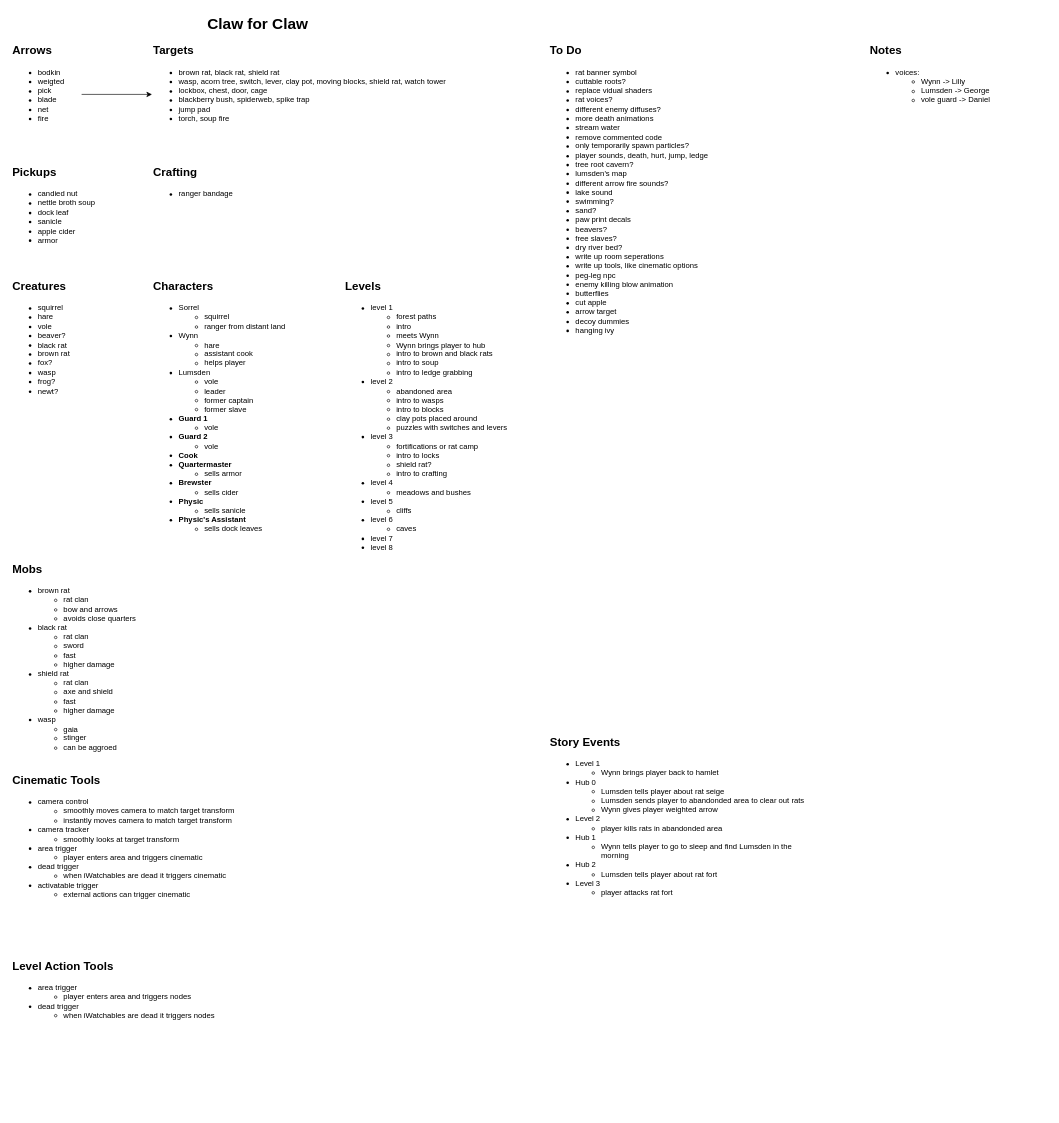
Above: Planning/design-doc.drawio in camerondedore/Godot-Project-3 (draw.io), before the change. Source tidied: cells renumbered, new cells numbered last; positions are measured from the earlier drawing's top-left corner, leaving out a move shared by most shapes. Both pictures are drawn from the tidied source at 64%, with x=0, y=0 at pixel (11, 11).
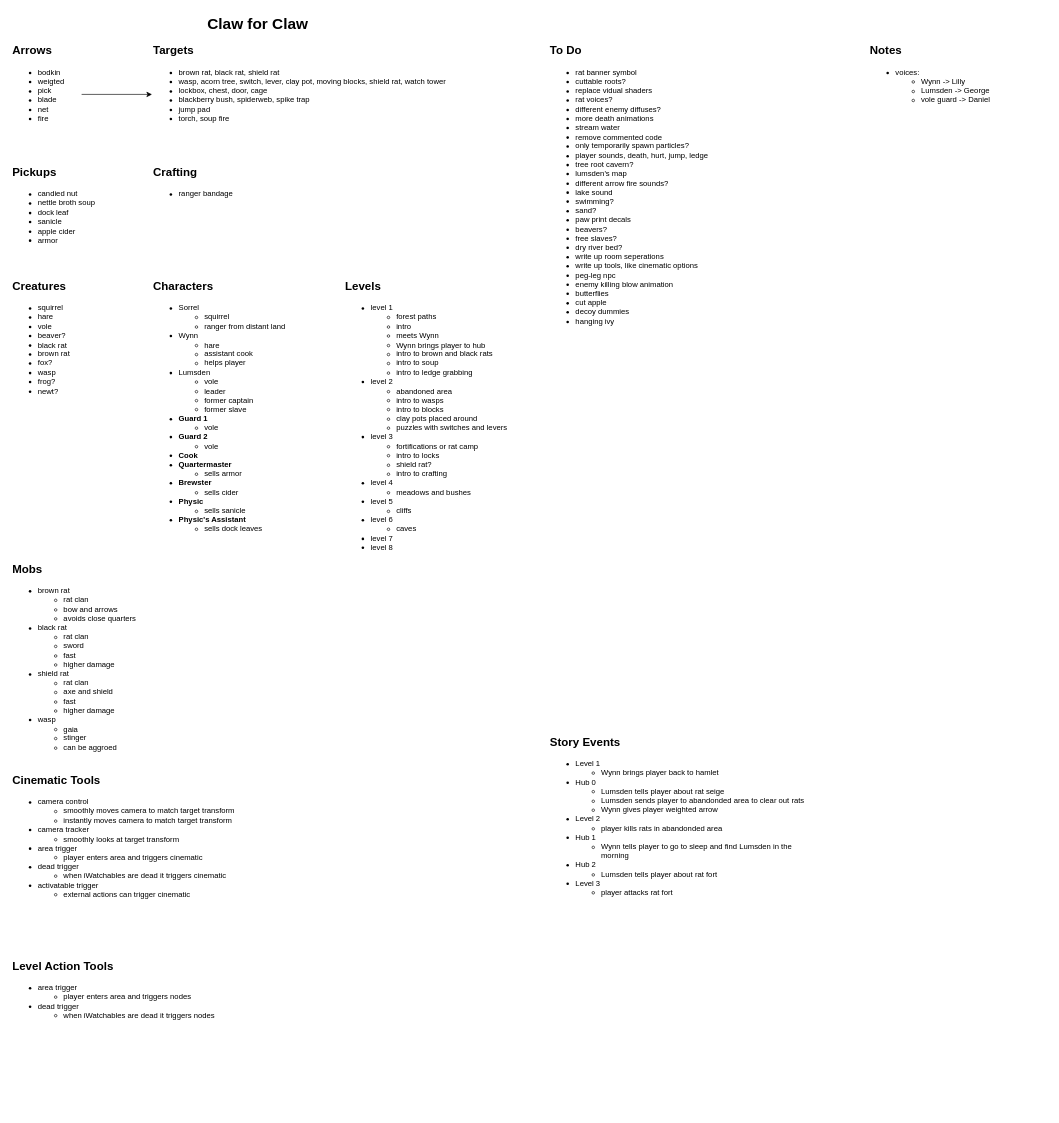
Above is the later version.

Commit message (it also covers changes not shown here):
working on level 3

Change to the diagram source:
```diff
@@
-    <mxCell id="19" value="&lt;ul&gt;&lt;li&gt;rat banner symbol&lt;/li&gt;&lt;li&gt;cuttable roots?&lt;/li&gt;&lt;li&gt;replace vidual shaders&lt;/li&gt;&lt;li&gt;rat voices?&lt;/li&gt;&lt;li&gt;different enemy diffuses?&lt;/li&gt;&lt;li&gt;more death animations&lt;/li&gt;&lt;li&gt;&lt;span style=&quot;background-color: transparent; color: light-dark(rgb(0, 0, 0), rgb(255, 255, 255));&quot;&gt;stream water&lt;/span&gt;&lt;br&gt;&lt;/li&gt;&lt;li&gt;remove commented code&lt;/li&gt;&lt;li&gt;only temporarily spawn particles?&lt;/li&gt;&lt;li&gt;player sounds, death, hurt, jump, ledge&lt;/li&gt;&lt;li&gt;tree root cavern?&lt;/li&gt;&lt;li&gt;lumsden's map&lt;/li&gt;&lt;li&gt;different arrow fire sounds?&lt;/li&gt;&lt;li&gt;lake sound&lt;/li&gt;&lt;li&gt;swimming?&lt;/li&gt;&lt;li&gt;sand?&lt;/li&gt;&lt;li&gt;paw print decals&lt;/li&gt;&lt;li&gt;beavers?&lt;/li&gt;&lt;li&gt;free slaves?&lt;/li&gt;&lt;li&gt;dry river bed?&lt;/li&gt;&lt;li&gt;write up room seperations&lt;/li&gt;&lt;li&gt;write up tools, like cinematic options&lt;/li&gt;&lt;li&gt;peg-leg npc&lt;/li&gt;&lt;li&gt;enemy killing blow animation&lt;/li&gt;&lt;li&gt;butterflies&lt;/li&gt;&lt;li&gt;cut apple&lt;/li&gt;&lt;li&gt;arrow target&lt;/li&gt;&lt;li&gt;decoy dummies&lt;/li&gt;&lt;li&gt;hanging ivy&lt;/li&gt;&lt;/ul&gt;" style="text;html=1;align=left;verticalAlign=top;whiteSpace=wrap;rounded=0;" parent="1" vertex="1">
+    <mxCell id="19" value="&lt;ul&gt;&lt;li&gt;rat banner symbol&lt;/li&gt;&lt;li&gt;cuttable roots?&lt;/li&gt;&lt;li&gt;replace vidual shaders&lt;/li&gt;&lt;li&gt;rat voices?&lt;/li&gt;&lt;li&gt;different enemy diffuses?&lt;/li&gt;&lt;li&gt;more death animations&lt;/li&gt;&lt;li&gt;&lt;span style=&quot;background-color: transparent; color: light-dark(rgb(0, 0, 0), rgb(255, 255, 255));&quot;&gt;stream water&lt;/span&gt;&lt;br&gt;&lt;/li&gt;&lt;li&gt;remove commented code&lt;/li&gt;&lt;li&gt;only temporarily spawn particles?&lt;/li&gt;&lt;li&gt;player sounds, death, hurt, jump, ledge&lt;/li&gt;&lt;li&gt;tree root cavern?&lt;/li&gt;&lt;li&gt;lumsden's map&lt;/li&gt;&lt;li&gt;different arrow fire sounds?&lt;/li&gt;&lt;li&gt;lake sound&lt;/li&gt;&lt;li&gt;swimming?&lt;/li&gt;&lt;li&gt;sand?&lt;/li&gt;&lt;li&gt;paw print decals&lt;/li&gt;&lt;li&gt;beavers?&lt;/li&gt;&lt;li&gt;free slaves?&lt;/li&gt;&lt;li&gt;dry river bed?&lt;/li&gt;&lt;li&gt;write up room seperations&lt;/li&gt;&lt;li&gt;write up tools, like cinematic options&lt;/li&gt;&lt;li&gt;peg-leg npc&lt;/li&gt;&lt;li&gt;enemy killing blow animation&lt;/li&gt;&lt;li&gt;butterflies&lt;/li&gt;&lt;li&gt;cut apple&lt;/li&gt;&lt;li&gt;&lt;span style=&quot;background-color: transparent; color: light-dark(rgb(0, 0, 0), rgb(255, 255, 255));&quot;&gt;decoy dummies&lt;/span&gt;&lt;br&gt;&lt;/li&gt;&lt;li&gt;hanging ivy&lt;/li&gt;&lt;/ul&gt;" style="text;html=1;align=left;verticalAlign=top;whiteSpace=wrap;rounded=0;" parent="1" vertex="1">
       <mxGeometry x="840" y="70" width="280" height="440" as="geometry" />
     </mxCell>
```
